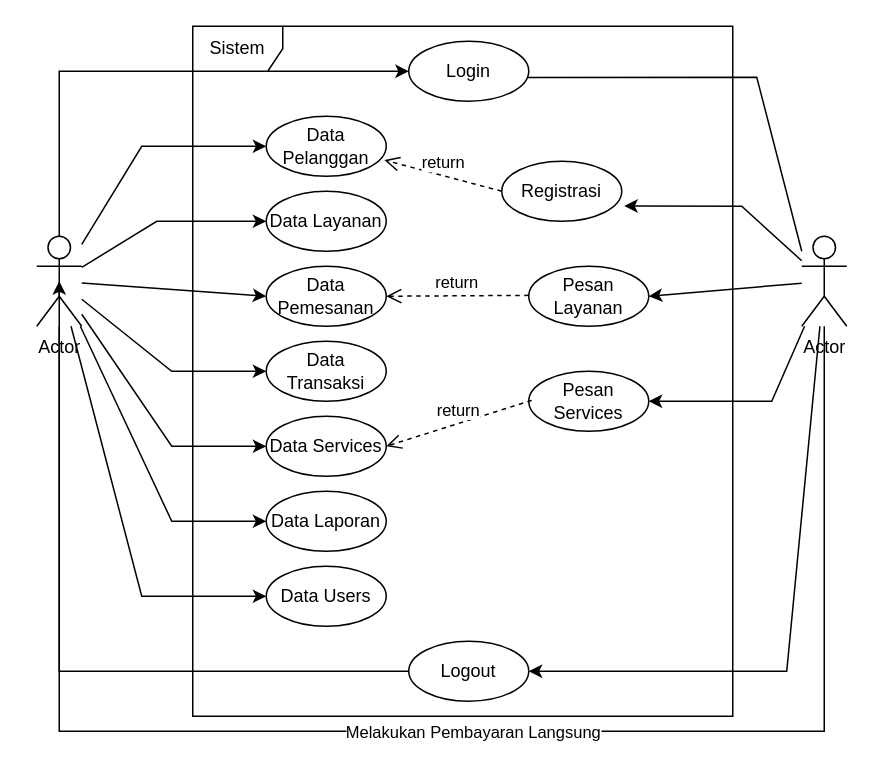
Earlier version of the draw.io diagram page "USECASE" (2 of 3) of amri.drawio (ArtEnginer/UML-DIAGRAM). Source tidied: cells renumbered, new cells numbered last; positions are measured from the earlier drawing's top-left corner, leaving out a move shared by most shapes. Both pictures are drawn from the tidied source at 150%, with x=0, y=0 at pixel (36, 26).
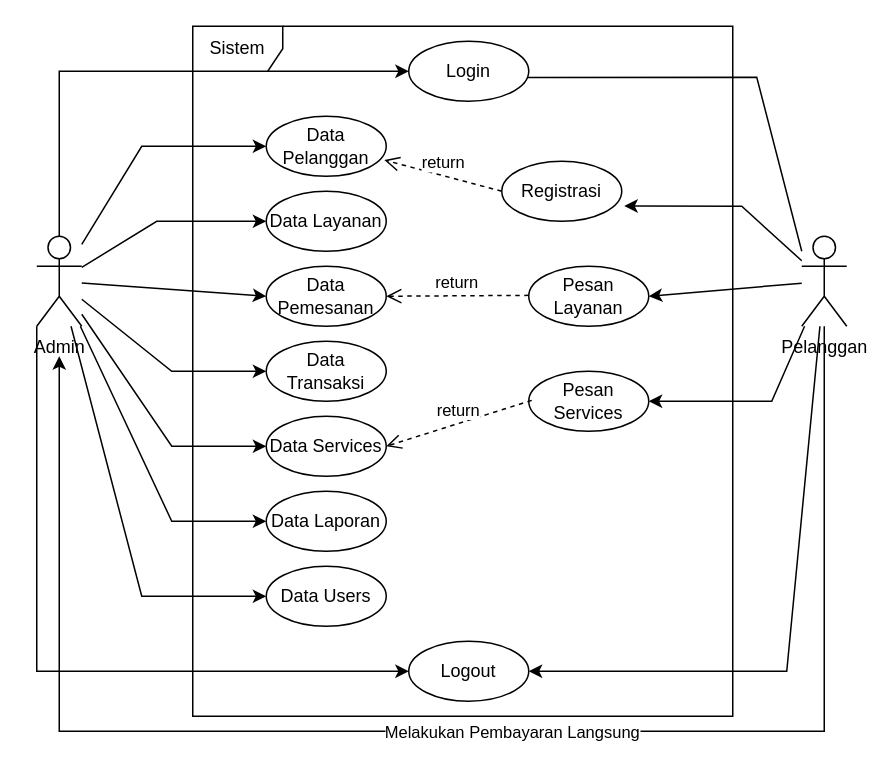
After the change.

Unchanged cells that the change refers to:
```xml
<mxCell id="25" value="Login" style="ellipse;whiteSpace=wrap;html=1;" parent="1" vertex="1">
  <mxGeometry x="248" y="10" width="80" height="40" as="geometry" />
</mxCell>
<mxCell id="27" value="Logout" style="ellipse;whiteSpace=wrap;html=1;" parent="1" vertex="1">
  <mxGeometry x="248" y="410" width="80" height="40" as="geometry" />
</mxCell>
```

What changed in the source:
```diff
@@
+    <mxCell id="17" style="edgeStyle=orthogonalEdgeStyle;rounded=0;jettySize=auto;html=1;" parent="1" edge="1" source="18" target="25">
+      <mxGeometry relative="1" as="geometry">
+        <Array as="points">
+          <mxPoint x="15" y="30" />
+        </Array>
+      </mxGeometry>
+    </mxCell>
-    <mxCell id="16" style="edgeStyle=orthogonalEdgeStyle;rounded=0;jettySize=auto;html=1;entryX=0;entryY=1;entryDx=0;entryDy=0;" parent="1" edge="1" source="18" target="27">
+    <mxCell id="16" style="edgeStyle=orthogonalEdgeStyle;rounded=0;jettySize=auto;html=1;entryX=0;entryY=0.5;entryDx=0;entryDy=0;" parent="1" edge="1" source="18" target="27">
       <mxGeometry relative="1" as="geometry">
         <Array as="points">
-          <mxPoint x="15" y="430" />
-          <mxPoint x="260" y="430" />
+          <mxPoint y="430" />
         </Array>
       </mxGeometry>
     </mxCell>
-    <mxCell id="17" style="edgeStyle=orthogonalEdgeStyle;rounded=0;jettySize=auto;html=1;" parent="1" edge="1" source="18" target="25">
-      <mxGeometry relative="1" as="geometry">
-        <Array as="points">
-          <mxPoint x="15" y="30" />
-        </Array>
-      </mxGeometry>
-    </mxCell>
-    <mxCell id="18" value="Actor" style="shape=umlActor;verticalLabelPosition=bottom;verticalAlign=top;html=1;" parent="1" vertex="1">
+    <mxCell id="18" value="Admin" style="shape=umlActor;verticalLabelPosition=bottom;verticalAlign=top;html=1;" parent="1" vertex="1">
       <mxGeometry y="140" width="30" height="60" as="geometry" />
     </mxCell>
@@
-    <mxCell id="23" value="Actor" style="shape=umlActor;verticalLabelPosition=bottom;verticalAlign=top;html=1;" parent="1" vertex="1">
+    <mxCell id="23" value="Pelanggan" style="shape=umlActor;verticalLabelPosition=bottom;verticalAlign=top;html=1;" parent="1" vertex="1">
       <mxGeometry x="510" y="140" width="30" height="60" as="geometry" />
     </mxCell>
@@
-    <mxCell id="31" style="edgeStyle=none;rounded=0;jettySize=auto;html=1;entryX=0.5;entryY=0.5;entryDx=0;entryDy=0;entryPerimeter=0;" parent="1" edge="1" source="23" target="18">
+    <mxCell id="31" style="edgeStyle=none;rounded=0;jettySize=auto;html=1;" parent="1" edge="1" source="23">
       <mxGeometry relative="1" as="geometry">
+        <mxPoint x="15" y="220" as="targetPoint" />
         <Array as="points">
           <mxPoint x="525" y="470" />
           <mxPoint x="15" y="470" />
         </Array>
       </mxGeometry>
     </mxCell>
```
